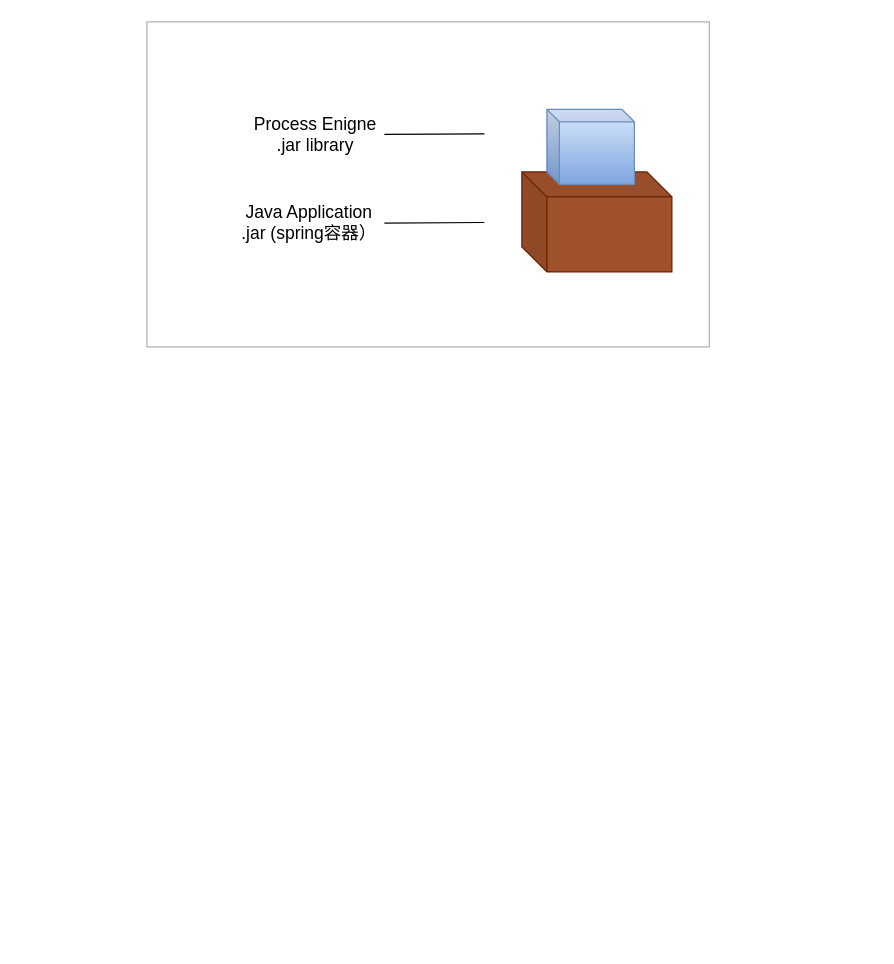
This is 架构图-01.drawio from yunfengwang/draw, a draw.io file, before an edit. Source tidied: cells renumbered, new cells numbered last; positions are measured from the earlier drawing's top-left corner, leaving out a move shared by most shapes. Both pictures are drawn from the tidied source at 125%, with x=0, y=0 at pixel (146, 21).
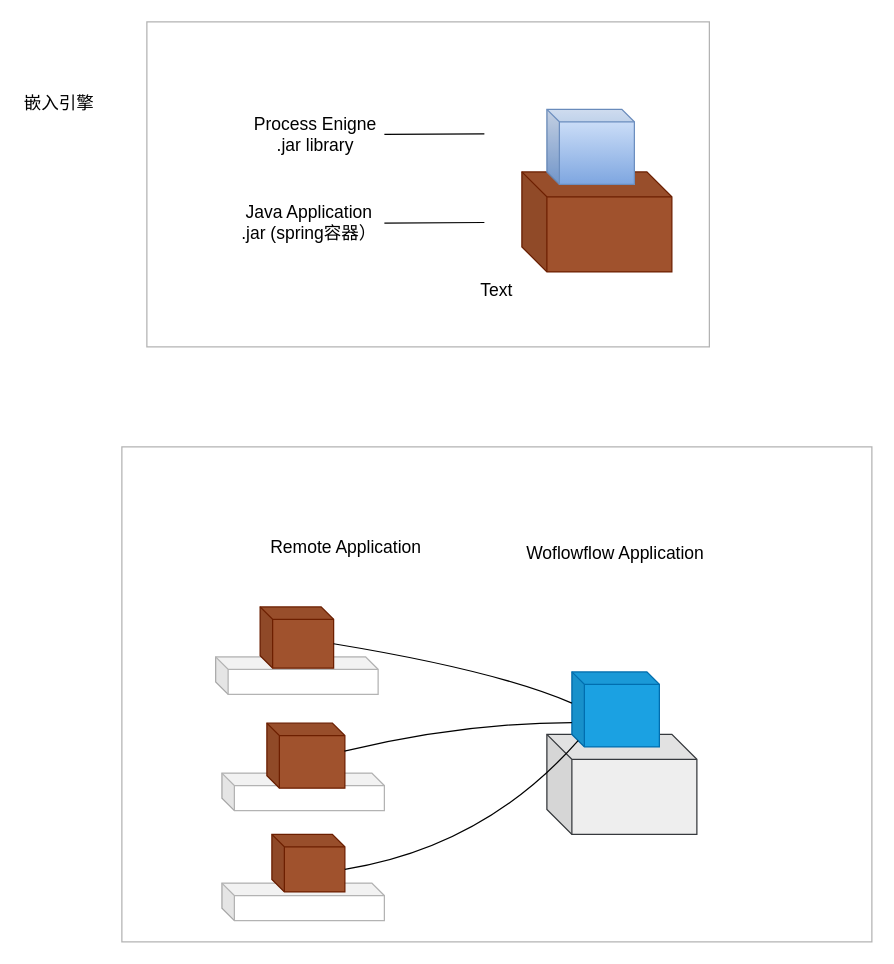
The same diagram, later.

Commit message (it also covers changes not shown here):
更新架构图-01.drawio

The edit, as a diff of the source:
```diff
@@
+    <mxCell id="9" style="rounded=0;whiteSpace=wrap;html=1;labelBackgroundColor=#FF6666;strokeColor=#B3B3B3;" parent="1" vertex="1">
+      <mxGeometry x="-20" y="340" width="600" height="396" as="geometry" />
+    </mxCell>
@@
+    <mxCell id="10" value="Text" style="text;html=1;strokeColor=none;fillColor=none;align=center;verticalAlign=middle;whiteSpace=wrap;rounded=0;fontSize=14;" parent="1" vertex="1">
+      <mxGeometry x="250" y="200" width="60" height="30" as="geometry" />
+    </mxCell>
+    <mxCell id="11" value="嵌入引擎" style="text;html=1;strokeColor=none;fillColor=none;align=center;verticalAlign=middle;whiteSpace=wrap;rounded=0;fontSize=14;" parent="1" vertex="1">
+      <mxGeometry x="-100" y="50" width="60" height="30" as="geometry" />
+    </mxCell>
+    <mxCell id="12" style="shape=cube;whiteSpace=wrap;html=1;boundedLbl=1;backgroundOutline=1;darkOpacity=0.05;darkOpacity2=0.1;strokeColor=#B3B3B3;fontSize=14;size=10;" parent="1" vertex="1">
+      <mxGeometry x="60" y="689" width="130" height="30" as="geometry" />
+    </mxCell>
+    <mxCell id="13" style="shape=cube;whiteSpace=wrap;html=1;boundedLbl=1;backgroundOutline=1;darkOpacity=0.05;darkOpacity2=0.1;strokeColor=#6D1F00;fontSize=14;size=10;fillColor=#a0522d;fontColor=#ffffff;" parent="1" vertex="1">
+      <mxGeometry x="100" y="650" width="58.4" height="46" as="geometry" />
+    </mxCell>
+    <mxCell id="14" style="shape=cube;whiteSpace=wrap;html=1;boundedLbl=1;backgroundOutline=1;darkOpacity=0.05;darkOpacity2=0.1;strokeColor=#B3B3B3;fontSize=14;size=10;" parent="1" vertex="1">
+      <mxGeometry x="55" y="508" width="130" height="30" as="geometry" />
+    </mxCell>
+    <mxCell id="15" style="shape=cube;whiteSpace=wrap;html=1;boundedLbl=1;backgroundOutline=1;darkOpacity=0.05;darkOpacity2=0.1;strokeColor=#6D1F00;fontSize=14;size=10;fillColor=#a0522d;fontColor=#ffffff;" parent="1" vertex="1">
+      <mxGeometry x="90.6" y="468" width="58.8" height="49" as="geometry" />
+    </mxCell>
+    <mxCell id="16" style="shape=cube;whiteSpace=wrap;html=1;boundedLbl=1;backgroundOutline=1;darkOpacity=0.05;darkOpacity2=0.1;strokeColor=#B3B3B3;fontSize=14;size=10;" parent="1" vertex="1">
+      <mxGeometry x="60" y="601" width="130" height="30" as="geometry" />
+    </mxCell>
+    <mxCell id="17" style="shape=cube;whiteSpace=wrap;html=1;boundedLbl=1;backgroundOutline=1;darkOpacity=0.05;darkOpacity2=0.1;strokeColor=#6D1F00;fontSize=14;size=10;fillColor=#a0522d;fontColor=#ffffff;" parent="1" vertex="1">
+      <mxGeometry x="96" y="561" width="62.4" height="52" as="geometry" />
+    </mxCell>
+    <mxCell id="18" style="shape=cube;whiteSpace=wrap;html=1;boundedLbl=1;backgroundOutline=1;darkOpacity=0.05;darkOpacity2=0.1;fillColor=#eeeeee;strokeColor=#36393d;" parent="1" vertex="1">
+      <mxGeometry x="320" y="570" width="120" height="80" as="geometry" />
+    </mxCell>
+    <mxCell id="19" style="shape=cube;whiteSpace=wrap;html=1;boundedLbl=1;backgroundOutline=1;darkOpacity=0.05;darkOpacity2=0.1;labelBackgroundColor=#FF6666;size=10;fillColor=#1ba1e2;strokeColor=#006EAF;fontColor=#ffffff;" parent="1" vertex="1">
+      <mxGeometry x="340" y="520" width="70" height="60" as="geometry" />
+    </mxCell>
+    <mxCell id="20" style="endArrow=none;html=1;rounded=0;fontSize=14;curved=1;entryX=0;entryY=0;entryDx=0;entryDy=25;entryPerimeter=0;exitX=0;exitY=0;exitDx=58.75;exitDy=29.5;exitPerimeter=0;" parent="1" edge="1" source="15" target="19">
+      <mxGeometry relative="1" as="geometry">
+        <Array as="points">
+          <mxPoint x="280" y="519" />
+        </Array>
+      </mxGeometry>
+    </mxCell>
+    <mxCell id="21" value="&lt;font style=&quot;font-size: 14px;&quot;&gt;Woflowflow Application&lt;/font&gt;" style="text;html=1;strokeColor=none;fillColor=none;align=center;verticalAlign=middle;whiteSpace=wrap;rounded=0;fontSize=14;" parent="1" vertex="1">
+      <mxGeometry x="280" y="410" width="190" height="30" as="geometry" />
+    </mxCell>
+    <mxCell id="22" value="Remote Application" style="text;html=1;strokeColor=none;fillColor=none;align=center;verticalAlign=middle;whiteSpace=wrap;rounded=0;fontSize=14;" parent="1" vertex="1">
+      <mxGeometry x="89.4" y="410" width="140.6" height="20" as="geometry" />
+    </mxCell>
+    <mxCell id="23" style="endArrow=none;html=1;rounded=0;fontSize=14;curved=1;entryX=0;entryY=0.675;entryDx=0;entryDy=0;entryPerimeter=0;exitX=0.994;exitY=0.432;exitDx=0;exitDy=0;exitPerimeter=0;" parent="1" edge="1" source="17" target="19">
+      <mxGeometry relative="1" as="geometry">
+        <Array as="points">
+          <mxPoint x="250" y="561" />
+        </Array>
+      </mxGeometry>
+    </mxCell>
+    <mxCell id="24" style="endArrow=none;html=1;rounded=0;fontSize=14;curved=1;entryX=0;entryY=0;entryDx=5;entryDy=55;entryPerimeter=0;exitX=0;exitY=0;exitDx=58.38;exitDy=28;exitPerimeter=0;" parent="1" edge="1" source="13" target="19">
+      <mxGeometry relative="1" as="geometry">
+        <Array as="points">
+          <mxPoint x="270" y="660" />
+        </Array>
+      </mxGeometry>
+    </mxCell>
```
